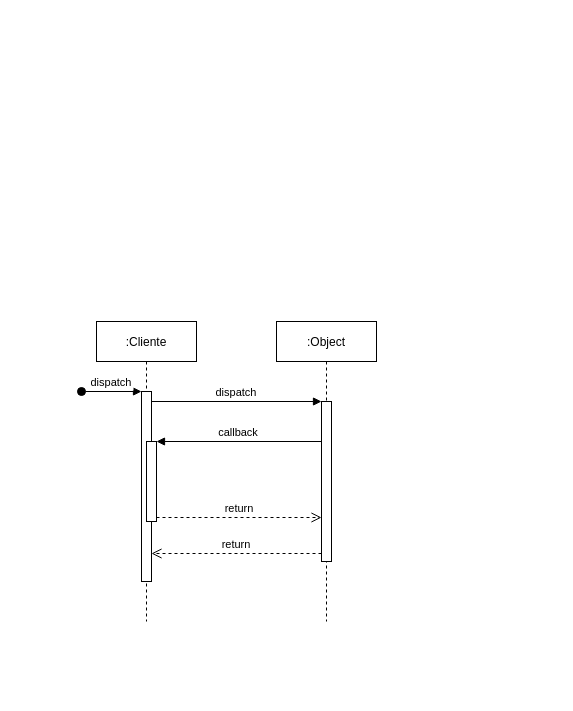
Before: Caso de uso extendido.drawio in bruniculos08/SOFT003, a draw.io diagram. Source tidied: cells renumbered, new cells numbered last; positions are measured from the earlier drawing's top-left corner, leaving out a move shared by most shapes. Both pictures are drawn from the tidied source at 100%, with x=0, y=0 at pixel (81, 321).
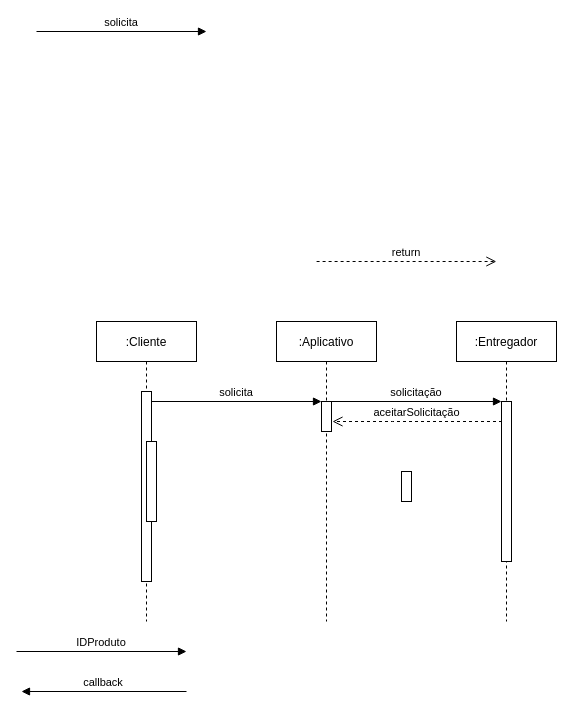
The same diagram, later.

The change refers to these unchanged cells:
```xml
<mxCell id="2" value=":Cliente" style="shape=umlLifeline;perimeter=lifelinePerimeter;rounded=0;shadow=0;strokeWidth=1;" parent="1" vertex="1">
  <mxGeometry x="15" width="100" height="300" as="geometry" />
</mxCell>
<mxCell id="3" style="points=[];perimeter=orthogonalPerimeter;rounded=0;shadow=0;strokeWidth=1;" parent="2" vertex="1">
  <mxGeometry x="45" y="70" width="10" height="190" as="geometry" />
</mxCell>
<mxCell id="5" style="points=[];perimeter=orthogonalPerimeter;rounded=0;shadow=0;strokeWidth=1;" parent="2" vertex="1">
  <mxGeometry x="50" y="120" width="10" height="80" as="geometry" />
</mxCell>
```

Change to the diagram source:
```diff
@@
-    <mxCell id="4" value="dispatch" style="verticalAlign=bottom;startArrow=oval;endArrow=block;startSize=8;shadow=0;strokeWidth=1;" parent="2" edge="1" target="3">
-      <mxGeometry relative="1" as="geometry">
-        <mxPoint x="-15" y="70" as="sourcePoint" />
-      </mxGeometry>
-    </mxCell>
@@
-    <mxCell id="6" value=":Object" style="shape=umlLifeline;perimeter=lifelinePerimeter;rounded=0;shadow=0;strokeWidth=1;" parent="1" vertex="1">
+    <mxCell id="6" value=":Aplicativo" style="shape=umlLifeline;perimeter=lifelinePerimeter;rounded=0;shadow=0;strokeWidth=1;" parent="1" vertex="1">
       <mxGeometry x="195" width="100" height="300" as="geometry" />
     </mxCell>
     <mxCell id="7" style="points=[];perimeter=orthogonalPerimeter;rounded=0;shadow=0;strokeWidth=1;" parent="6" vertex="1">
-      <mxGeometry x="45" y="80" width="10" height="160" as="geometry" />
+      <mxGeometry x="45" y="80" width="10" height="30" as="geometry" />
     </mxCell>
-    <mxCell id="8" value="return" style="verticalAlign=bottom;endArrow=open;dashed=1;endSize=8;exitX=0;exitY=0.95;shadow=0;strokeWidth=1;" parent="1" edge="1" source="7" target="3">
-      <mxGeometry relative="1" as="geometry" />
-    </mxCell>
+    <mxCell id="12" value="solicitação" style="verticalAlign=bottom;endArrow=block;entryX=0;entryY=0;shadow=0;strokeWidth=1;" parent="6" edge="1">
+      <mxGeometry relative="1" as="geometry">
+        <mxPoint x="55" y="80" as="sourcePoint" />
+        <mxPoint x="225" y="80" as="targetPoint" />
+      </mxGeometry>
+    </mxCell>
-    <mxCell id="9" value="dispatch" style="verticalAlign=bottom;endArrow=block;entryX=0;entryY=0;shadow=0;strokeWidth=1;" parent="1" edge="1" source="3" target="7">
+    <mxCell id="9" value="solicita" style="verticalAlign=bottom;endArrow=block;entryX=0;entryY=0;shadow=0;strokeWidth=1;" parent="1" edge="1" source="3" target="7">
       <mxGeometry relative="1" as="geometry" />
     </mxCell>
+    <mxCell id="13" value=":Entregador" style="shape=umlLifeline;perimeter=lifelinePerimeter;rounded=0;shadow=0;strokeWidth=1;" parent="1" vertex="1">
+      <mxGeometry x="375" width="100" height="300" as="geometry" />
+    </mxCell>
+    <mxCell id="14" style="perimeter=orthogonalPerimeter;rounded=0;shadow=0;strokeWidth=1;" parent="13" vertex="1">
+      <mxGeometry x="45" y="80" width="10" height="160" as="geometry" />
+    </mxCell>
+    <mxCell id="15" style="perimeter=orthogonalPerimeter;rounded=0;shadow=0;strokeWidth=1;" parent="1" vertex="1">
+      <mxGeometry x="320" y="150" width="10" height="30" as="geometry" />
+    </mxCell>
+    <mxCell id="16" value="IDProduto" style="verticalAlign=bottom;endArrow=block;entryX=0;entryY=0;shadow=0;strokeWidth=1;" parent="1" edge="1">
+      <mxGeometry relative="1" as="geometry">
+        <mxPoint x="-65" y="330" as="sourcePoint" />
+        <mxPoint x="105" y="330" as="targetPoint" />
+      </mxGeometry>
+    </mxCell>
-    <mxCell id="10" value="callback" style="verticalAlign=bottom;endArrow=block;entryX=1;entryY=0;shadow=0;strokeWidth=1;" parent="1" edge="1" source="7" target="5">
-      <mxGeometry relative="1" as="geometry" />
+    <mxCell id="10" value="callback" style="verticalAlign=bottom;endArrow=block;entryX=1;entryY=0;shadow=0;strokeWidth=1;" parent="1" edge="1">
+      <mxGeometry relative="1" as="geometry">
+        <mxPoint x="105" y="370" as="sourcePoint" />
+        <mxPoint x="-60" y="370" as="targetPoint" />
+      </mxGeometry>
     </mxCell>
-    <mxCell id="11" value="return" style="verticalAlign=bottom;endArrow=open;dashed=1;endSize=8;exitX=1;exitY=0.95;shadow=0;strokeWidth=1;" parent="1" edge="1" source="5" target="7">
-      <mxGeometry relative="1" as="geometry" />
-    </mxCell>
+    <mxCell id="17" value="solicita" style="verticalAlign=bottom;endArrow=block;entryX=0;entryY=0;shadow=0;strokeWidth=1;" parent="1" edge="1">
+      <mxGeometry relative="1" as="geometry">
+        <mxPoint x="-45" y="-290" as="sourcePoint" />
+        <mxPoint x="125" y="-290" as="targetPoint" />
+      </mxGeometry>
+    </mxCell>
+    <mxCell id="18" value="aceitarSolicitação" style="verticalAlign=bottom;endArrow=open;dashed=1;endSize=8;shadow=0;strokeWidth=1;" parent="1" edge="1">
+      <mxGeometry relative="1" as="geometry">
+        <mxPoint x="420.5" y="100" as="sourcePoint" />
+        <mxPoint x="251" y="100" as="targetPoint" />
+        <Array as="points">
+          <mxPoint x="301" y="100" />
+        </Array>
+      </mxGeometry>
+    </mxCell>
+    <mxCell id="19" value="return" style="verticalAlign=bottom;endArrow=open;dashed=1;endSize=8;shadow=0;strokeWidth=1;" parent="1" edge="1">
+      <mxGeometry relative="1" as="geometry">
+        <mxPoint x="235.1" y="-60" as="sourcePoint" />
+        <mxPoint x="414.9" y="-60" as="targetPoint" />
+      </mxGeometry>
+    </mxCell>
```
